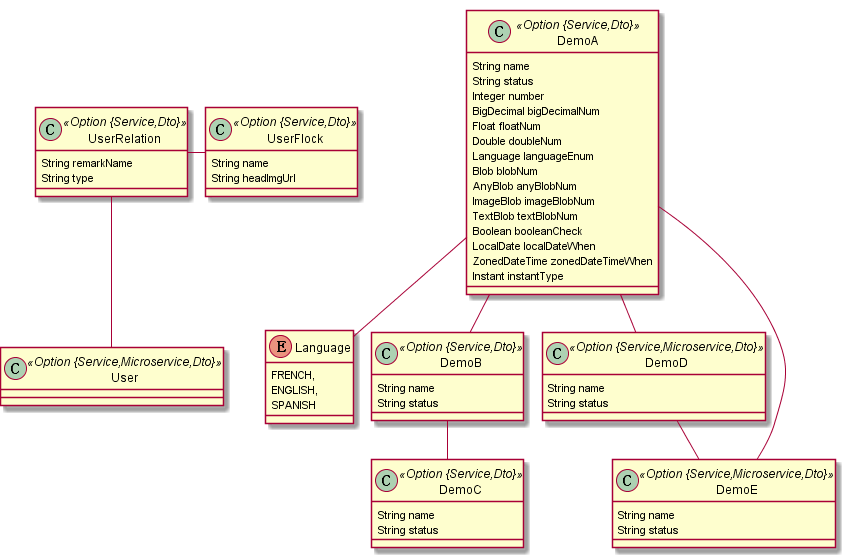
Before: docs/jdl/jhipster-jdl.png, a diagram exported from PlantUML (dongyanghe/eikesi).
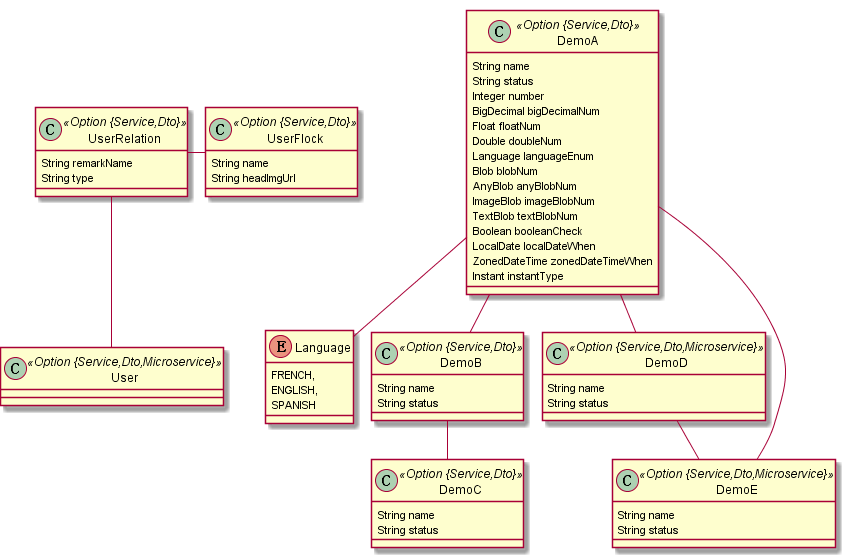
After the change.

The edit, as a diff of the source:
```diff
@@ -40,11 +40,11 @@
 		String name
 		String status
 	}
-	class DemoD <<Option {Service,Microservice,Dto}>> {
+	class DemoD <<Option {Service,Dto,Microservice}>> {
 		String name
 		String status
 	}
-	class DemoE <<Option {Service,Microservice,Dto}>> {
+	class DemoE <<Option {Service,Dto,Microservice}>> {
 		String name
 		String status
 	}
@@ -53,6 +53,6 @@
 	DemoD  "demoE(name) 0..1 " --o "demoD(name) 0..* "  DemoE
 	DemoA  "demoE(name) 0..* " o-- "demoA(name) 0..1 "  DemoE
 	DemoA  "demoD(name) 0..* " o--o "demoA(name) 0..* "  DemoD
-	class User <<Option {Service,Microservice,Dto}>> {
+	class User <<Option {Service,Dto,Microservice}>> {
 	}
 @enduml
```
